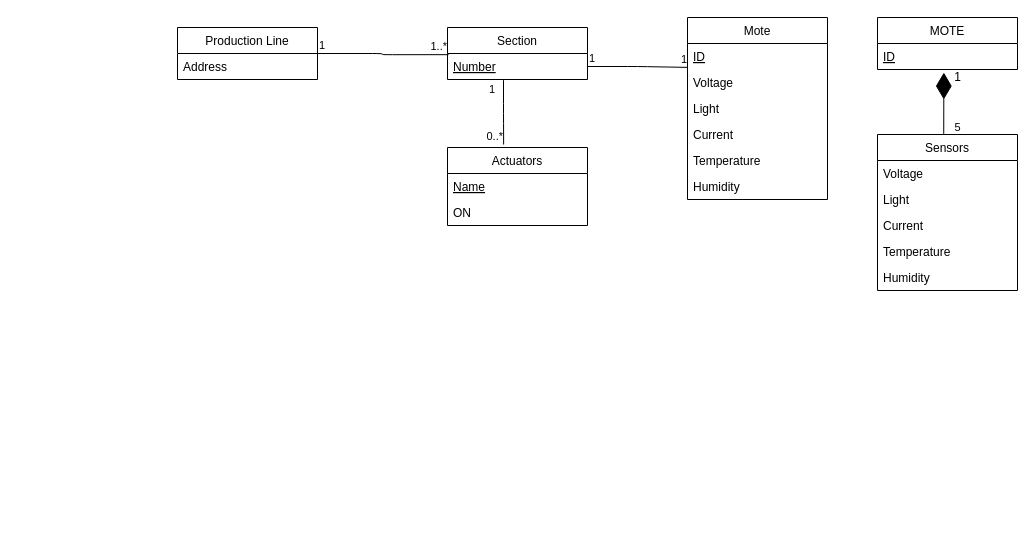
Earlier version of the draw.io diagram squematics/DB.drawio (Automation-yatata/Industry4.0-PizzaPlace). Source tidied: cells renumbered, new cells numbered last; positions are measured from the earlier drawing's top-left corner, leaving out a move shared by most shapes. Both pictures are drawn from the tidied source at 100%, with x=0, y=0 at pixel (177, 17).
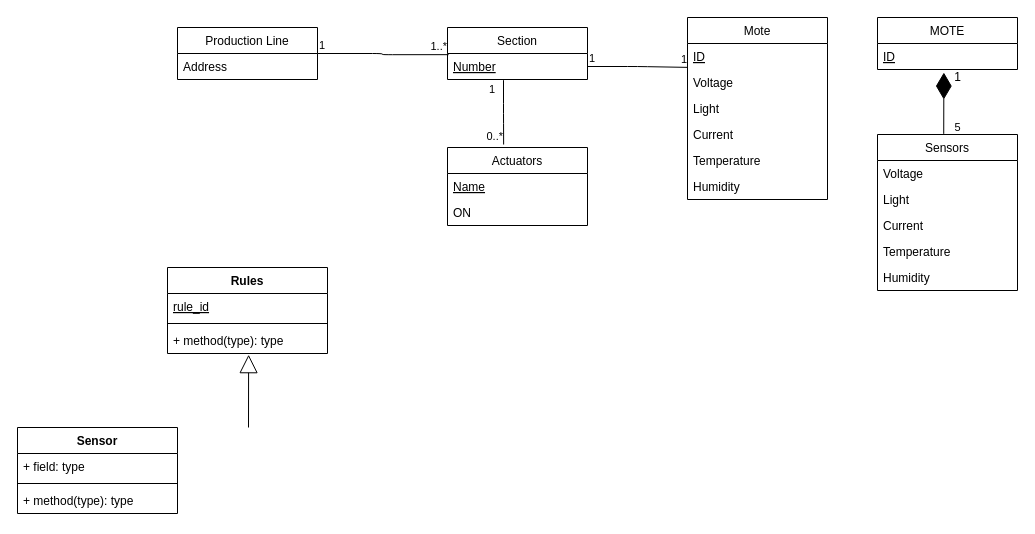
After the change.

What changed in the source:
```diff
@@
+    <mxCell id="35" value="Rules" style="swimlane;fontStyle=1;align=center;verticalAlign=top;horizontal=1;startSize=26;" parent="1" vertex="1">
+      <mxGeometry x="-10" y="250" width="160" height="86" as="geometry" />
+    </mxCell>
+    <mxCell id="36" value="rule_id" style="text;strokeColor=none;fillColor=none;align=left;verticalAlign=top;spacingLeft=4;spacingRight=4;overflow=hidden;fontStyle=4;" parent="35" vertex="1">
+      <mxGeometry y="26" width="160" height="26" as="geometry" />
+    </mxCell>
+    <mxCell id="37" style="line;strokeWidth=1;fillColor=none;align=left;verticalAlign=middle;spacingTop=-1;spacingLeft=3;spacingRight=3;labelPosition=right;" parent="35" vertex="1">
+      <mxGeometry y="52" width="160" height="8" as="geometry" />
+    </mxCell>
+    <mxCell id="38" value="+ method(type): type" style="text;strokeColor=none;fillColor=none;align=left;verticalAlign=top;spacingLeft=4;spacingRight=4;overflow=hidden;points=[[0,0.5],[1,0.5]];portConstraint=eastwest;" parent="35" vertex="1">
+      <mxGeometry y="60" width="160" height="26" as="geometry" />
+    </mxCell>
+    <mxCell id="39" style="endArrow=block;endSize=16;endFill=0;html=1;entryX=0.507;entryY=1.045;entryDx=0;entryDy=0;entryPerimeter=0;" parent="1" edge="1" target="38">
+      <mxGeometry relative="1" as="geometry">
+        <mxPoint x="71" y="410" as="sourcePoint" />
+      </mxGeometry>
+    </mxCell>
+    <mxCell id="40" value="Sensor" style="swimlane;fontStyle=1;align=center;verticalAlign=top;horizontal=1;startSize=26;" parent="1" vertex="1">
+      <mxGeometry x="-160" y="410" width="160" height="86" as="geometry" />
+    </mxCell>
+    <mxCell id="41" value="+ field: type" style="text;strokeColor=none;fillColor=none;align=left;verticalAlign=top;spacingLeft=4;spacingRight=4;overflow=hidden;" parent="40" vertex="1">
+      <mxGeometry y="26" width="160" height="26" as="geometry" />
+    </mxCell>
+    <mxCell id="42" style="line;strokeWidth=1;fillColor=none;align=left;verticalAlign=middle;spacingTop=-1;spacingLeft=3;spacingRight=3;labelPosition=right;" parent="40" vertex="1">
+      <mxGeometry y="52" width="160" height="8" as="geometry" />
+    </mxCell>
+    <mxCell id="43" value="+ method(type): type" style="text;strokeColor=none;fillColor=none;align=left;verticalAlign=top;spacingLeft=4;spacingRight=4;overflow=hidden;" parent="40" vertex="1">
+      <mxGeometry y="60" width="160" height="26" as="geometry" />
+    </mxCell>
```
